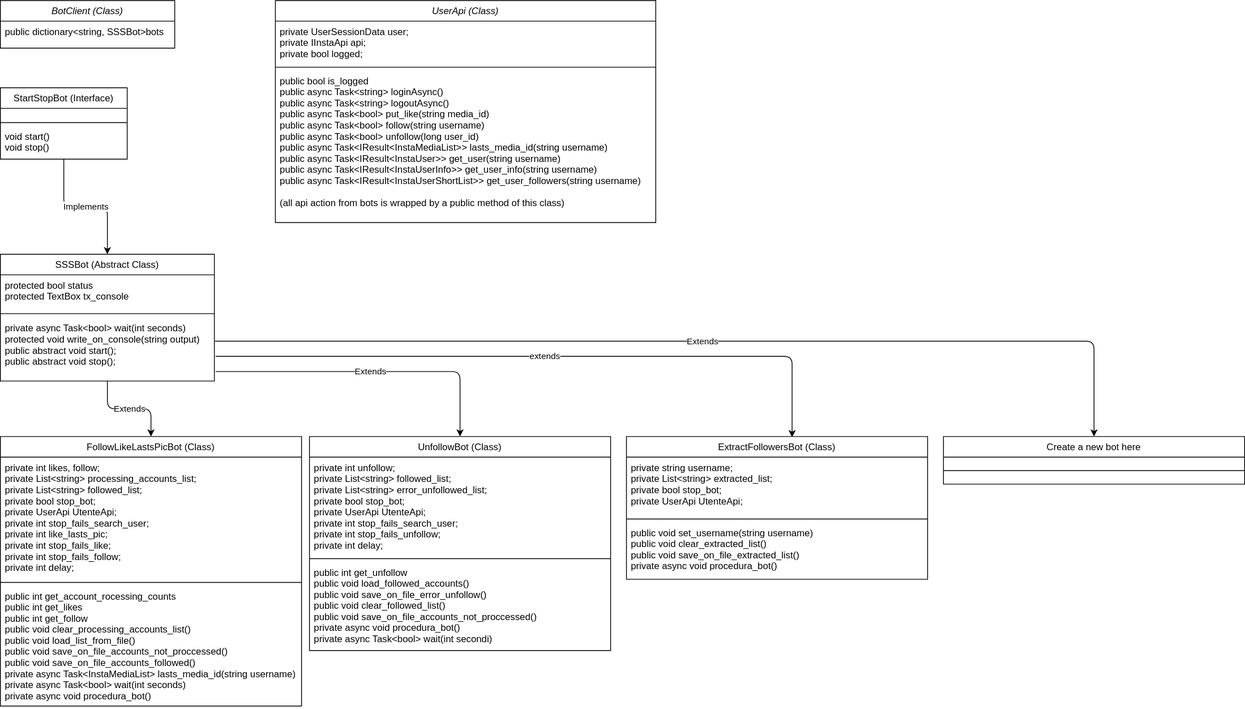
This is documentation/Class Diagram.svg from LucaMaccarini/InstaMacBot, a draw.io export, as it was before one commit. Source tidied: cells renumbered, new cells last; positions are measured from the earlier drawing's top-left corner, leaving out a move shared by most shapes.
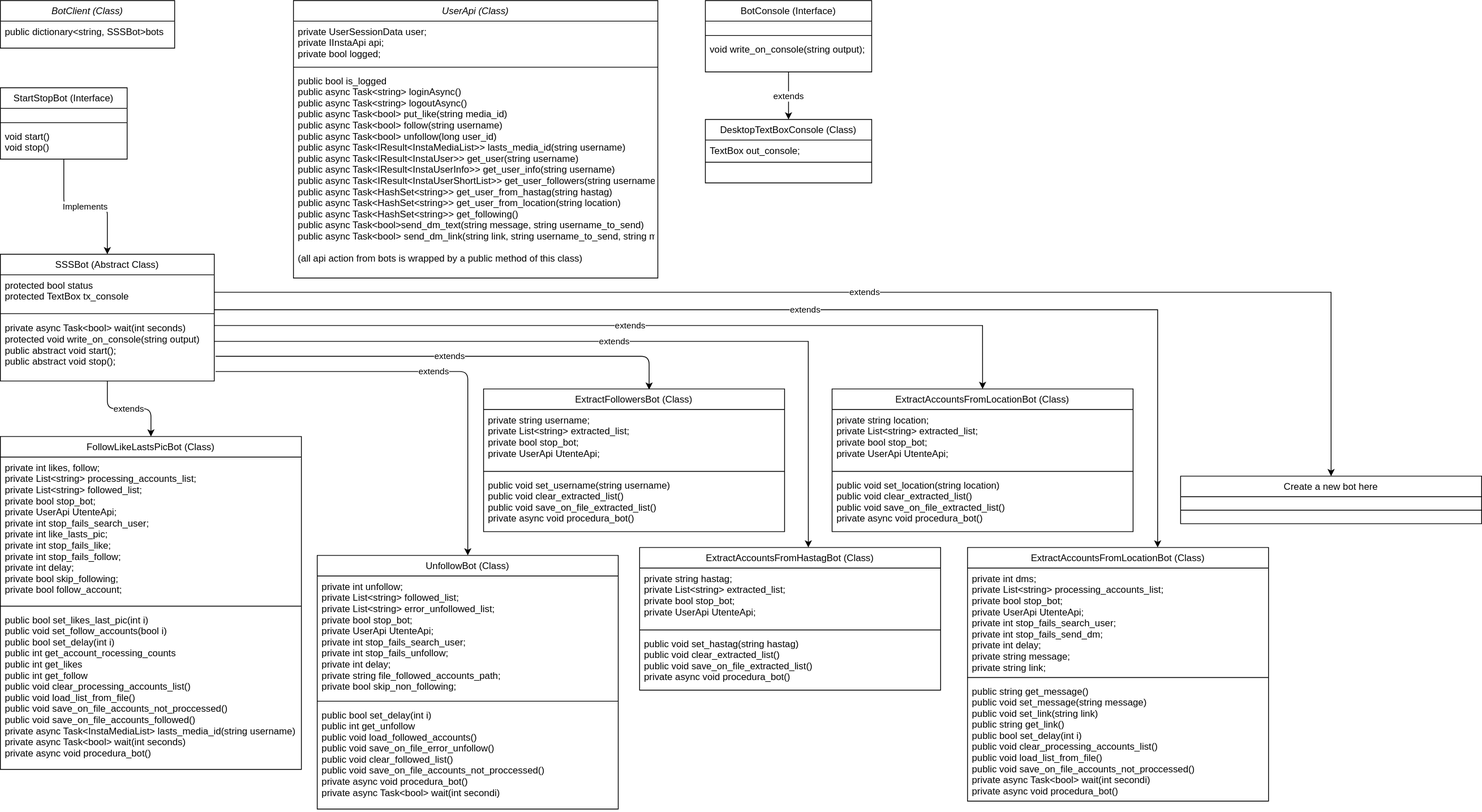
Above is the later version.

The edit, as a diff of the source:
```diff
@@ -23,15 +23,29 @@
     <mxCell id="8" value="void start()&#10;void stop()" style="text;align=left;verticalAlign=top;spacingLeft=4;spacingRight=4;overflow=hidden;fontStyle=0;" parent="5" vertex="1">
       <mxGeometry y="48" width="160" height="42" as="geometry" />
     </mxCell>
-    <mxCell id="9" value="Extends" style="edgeStyle=orthogonalEdgeStyle;rounded=1;jettySize=auto;html=1;" parent="1" edge="1" source="12" target="16">
+    <mxCell id="9" value="extends" style="edgeStyle=orthogonalEdgeStyle;rounded=1;jettySize=auto;html=1;" parent="1" edge="1" source="12" target="16">
       <mxGeometry relative="1" as="geometry" />
     </mxCell>
-    <mxCell id="10" value="Extends" style="edgeStyle=orthogonalEdgeStyle;rounded=1;jettySize=auto;html=1;exitX=1.006;exitY=0.85;exitDx=0;exitDy=0;exitPerimeter=0;" parent="1" edge="1" source="15" target="24">
+    <mxCell id="10" value="extends" style="edgeStyle=orthogonalEdgeStyle;rounded=1;jettySize=auto;html=1;exitX=1.006;exitY=0.85;exitDx=0;exitDy=0;exitPerimeter=0;" parent="1" edge="1" source="15" target="24">
       <mxGeometry relative="1" as="geometry" />
     </mxCell>
     <mxCell id="11" value="extends" style="edgeStyle=orthogonalEdgeStyle;rounded=1;jettySize=auto;html=1;entryX=0.55;entryY=0.005;entryDx=0;entryDy=0;entryPerimeter=0;exitX=1.006;exitY=0.61;exitDx=0;exitDy=0;exitPerimeter=0;" parent="1" edge="1" source="15" target="28">
       <mxGeometry relative="1" as="geometry" />
     </mxCell>
+    <mxCell id="35" value="extends" style="edgeStyle=orthogonalEdgeStyle;rounded=0;jettySize=auto;html=1;entryX=0.5;entryY=0;entryDx=0;entryDy=0;" parent="1" edge="1" source="12" target="42">
+      <mxGeometry relative="1" as="geometry">
+        <Array as="points">
+          <mxPoint x="1240" y="410" />
+        </Array>
+      </mxGeometry>
+    </mxCell>
+    <mxCell id="36" value="extends" style="edgeStyle=orthogonalEdgeStyle;rounded=0;jettySize=auto;html=1;" parent="1" edge="1" source="12" target="46">
+      <mxGeometry relative="1" as="geometry">
+        <Array as="points">
+          <mxPoint x="1461" y="390" />
+        </Array>
+      </mxGeometry>
+    </mxCell>
     <mxCell id="12" value="SSSBot (Abstract Class)" style="swimlane;fontStyle=0;align=center;verticalAlign=top;horizontal=1;startSize=26;rounded=0;shadow=0;strokeWidth=1;" parent="1" vertex="1">
       <mxGeometry y="320" width="270" height="160" as="geometry" />
     </mxCell>
@@ -45,43 +59,43 @@
       <mxGeometry y="80" width="270" height="80" as="geometry" />
     </mxCell>
     <mxCell id="16" value="FollowLikeLastsPicBot (Class)" style="swimlane;fontStyle=0;align=center;verticalAlign=top;horizontal=1;startSize=26;rounded=0;shadow=0;strokeWidth=1;" parent="1" vertex="1">
-      <mxGeometry y="550" width="380" height="340" as="geometry" />
+      <mxGeometry y="550" width="380" height="420" as="geometry" />
     </mxCell>
-    <mxCell id="17" value="private int likes, follow;&#10;private List&lt;string&gt; processing_accounts_list;&#10;private List&lt;string&gt; followed_list;&#10;private bool stop_bot;&#10;private UserApi UtenteApi;&#10;private int stop_fails_search_user;&#10;private int like_lasts_pic;&#10;private int stop_fails_like;&#10;private int stop_fails_follow;&#10;private int delay;" style="text;align=left;verticalAlign=top;spacingLeft=4;spacingRight=4;overflow=hidden;" parent="16" vertex="1">
-      <mxGeometry y="26" width="380" height="154" as="geometry" />
+    <mxCell id="17" value="private int likes, follow;&#10;private List&lt;string&gt; processing_accounts_list;&#10;private List&lt;string&gt; followed_list;&#10;private bool stop_bot;&#10;private UserApi UtenteApi;&#10;private int stop_fails_search_user;&#10;private int like_lasts_pic;&#10;private int stop_fails_like;&#10;private int stop_fails_follow;&#10;private int delay;&#10;private bool skip_following;&#10;private bool follow_account;" style="text;align=left;verticalAlign=top;spacingLeft=4;spacingRight=4;overflow=hidden;" parent="16" vertex="1">
+      <mxGeometry y="26" width="380" height="184" as="geometry" />
     </mxCell>
     <mxCell id="18" style="line;html=1;strokeWidth=1;align=left;verticalAlign=middle;spacingTop=-1;spacingLeft=3;spacingRight=3;labelPosition=right;" parent="16" vertex="1">
-      <mxGeometry y="180" width="380" height="8" as="geometry" />
+      <mxGeometry y="210" width="380" height="8" as="geometry" />
     </mxCell>
-    <mxCell id="19" value="public int get_account_rocessing_counts&#10;public int get_likes&#10;public int get_follow&#10;public void clear_processing_accounts_list()&#10;public void load_list_from_file()&#10;public void save_on_file_accounts_not_proccessed()&#10;public void save_on_file_accounts_followed()&#10;private async Task&lt;InstaMediaList&gt; lasts_media_id(string username)&#10;private async Task&lt;bool&gt; wait(int seconds)&#10;private async void procedura_bot()" style="text;align=left;verticalAlign=top;spacingLeft=4;spacingRight=4;overflow=hidden;" parent="16" vertex="1">
-      <mxGeometry y="188" width="380" height="152" as="geometry" />
+    <mxCell id="19" value="public bool set_likes_last_pic(int i)&#10;public void set_follow_accounts(bool i)&#10;public bool set_delay(int i)&#10;public int get_account_rocessing_counts&#10;public int get_likes&#10;public int get_follow&#10;public void clear_processing_accounts_list()&#10;public void load_list_from_file()&#10;public void save_on_file_accounts_not_proccessed()&#10;public void save_on_file_accounts_followed()&#10;private async Task&lt;InstaMediaList&gt; lasts_media_id(string username)&#10;private async Task&lt;bool&gt; wait(int seconds)&#10;private async void procedura_bot()" style="text;align=left;verticalAlign=top;spacingLeft=4;spacingRight=4;overflow=hidden;" parent="16" vertex="1">
+      <mxGeometry y="218" width="380" height="202" as="geometry" />
     </mxCell>
     <mxCell id="20" value="UserApi (Class)" style="swimlane;fontStyle=2;align=center;verticalAlign=top;horizontal=1;startSize=26;rounded=0;shadow=0;strokeWidth=1;" parent="1" vertex="1">
-      <mxGeometry x="347" width="480" height="280" as="geometry" />
+      <mxGeometry x="370" width="460" height="350" as="geometry" />
     </mxCell>
     <mxCell id="21" value="private UserSessionData user;&#10;private IInstaApi api;&#10;private bool logged;" style="text;align=left;verticalAlign=top;spacingLeft=4;spacingRight=4;overflow=hidden;" parent="20" vertex="1">
-      <mxGeometry y="26" width="480" height="54" as="geometry" />
+      <mxGeometry y="26" width="460" height="54" as="geometry" />
     </mxCell>
     <mxCell id="22" style="line;html=1;strokeWidth=1;align=left;verticalAlign=middle;spacingTop=-1;spacingLeft=3;spacingRight=3;labelPosition=right;" parent="20" vertex="1">
-      <mxGeometry y="80" width="480" height="8" as="geometry" />
+      <mxGeometry y="80" width="460" height="8" as="geometry" />
     </mxCell>
-    <mxCell id="23" value="public bool is_logged&#10;public async Task&lt;string&gt; loginAsync()&#10;public async Task&lt;string&gt; logoutAsync()&#10;public async Task&lt;bool&gt; put_like(string media_id)&#10;public async Task&lt;bool&gt; follow(string username)&#10;public async Task&lt;bool&gt; unfollow(long user_id)&#10;public async Task&lt;IResult&lt;InstaMediaList&gt;&gt; lasts_media_id(string username)&#10;public async Task&lt;IResult&lt;InstaUser&gt;&gt; get_user(string username)&#10;public async Task&lt;IResult&lt;InstaUserInfo&gt;&gt; get_user_info(string username)&#10;public async Task&lt;IResult&lt;InstaUserShortList&gt;&gt; get_user_followers(string username)&#10;&#10;(all api action from bots is wrapped by a public method of this class)&#10;&#10;" style="text;align=left;verticalAlign=top;spacingLeft=4;spacingRight=4;overflow=hidden;fontStyle=0;" parent="20" vertex="1">
-      <mxGeometry y="88" width="480" height="192" as="geometry" />
+    <mxCell id="23" value="public bool is_logged&#10;public async Task&lt;string&gt; loginAsync()&#10;public async Task&lt;string&gt; logoutAsync()&#10;public async Task&lt;bool&gt; put_like(string media_id)&#10;public async Task&lt;bool&gt; follow(string username)&#10;public async Task&lt;bool&gt; unfollow(long user_id)&#10;public async Task&lt;IResult&lt;InstaMediaList&gt;&gt; lasts_media_id(string username)&#10;public async Task&lt;IResult&lt;InstaUser&gt;&gt; get_user(string username)&#10;public async Task&lt;IResult&lt;InstaUserInfo&gt;&gt; get_user_info(string username)&#10;public async Task&lt;IResult&lt;InstaUserShortList&gt;&gt; get_user_followers(string username)&#10;public async Task&lt;HashSet&lt;string&gt;&gt; get_user_from_hastag(string hastag)&#10;public async Task&lt;HashSet&lt;string&gt;&gt; get_user_from_location(string location)&#10;public async Task&lt;HashSet&lt;string&gt;&gt; get_following()&#10;public async Task&lt;bool&gt;send_dm_text(string message, string username_to_send)&#10;public async Task&lt;bool&gt; send_dm_link(string link, string username_to_send, string message = &quot;a&quot;)&#10;&#10;(all api action from bots is wrapped by a public method of this class)&#10;&#10;" style="text;align=left;verticalAlign=top;spacingLeft=4;spacingRight=4;overflow=hidden;fontStyle=0;" parent="20" vertex="1">
+      <mxGeometry y="88" width="460" height="262" as="geometry" />
     </mxCell>
     <mxCell id="24" value="UnfollowBot (Class)" style="swimlane;fontStyle=0;align=center;verticalAlign=top;horizontal=1;startSize=26;rounded=0;shadow=0;strokeWidth=1;" parent="1" vertex="1">
-      <mxGeometry x="390" y="550" width="380" height="270" as="geometry" />
+      <mxGeometry x="400" y="700" width="380" height="320" as="geometry" />
     </mxCell>
-    <mxCell id="25" value="private int unfollow;&#10;private List&lt;string&gt; followed_list;&#10;private List&lt;string&gt; error_unfollowed_list;&#10;private bool stop_bot;&#10;private UserApi UtenteApi;&#10;private int stop_fails_search_user;&#10;private int stop_fails_unfollow;&#10;private int delay;" style="text;align=left;verticalAlign=top;spacingLeft=4;spacingRight=4;overflow=hidden;" parent="24" vertex="1">
-      <mxGeometry y="26" width="380" height="124" as="geometry" />
+    <mxCell id="25" value="private int unfollow;&#10;private List&lt;string&gt; followed_list;&#10;private List&lt;string&gt; error_unfollowed_list;&#10;private bool stop_bot;&#10;private UserApi UtenteApi;&#10;private int stop_fails_search_user;&#10;private int stop_fails_unfollow;&#10;private int delay;&#10;private string file_followed_accounts_path;&#10;private bool skip_non_following;" style="text;align=left;verticalAlign=top;spacingLeft=4;spacingRight=4;overflow=hidden;" parent="24" vertex="1">
+      <mxGeometry y="26" width="380" height="154" as="geometry" />
     </mxCell>
     <mxCell id="26" style="line;html=1;strokeWidth=1;align=left;verticalAlign=middle;spacingTop=-1;spacingLeft=3;spacingRight=3;labelPosition=right;" parent="24" vertex="1">
-      <mxGeometry y="150" width="380" height="8" as="geometry" />
+      <mxGeometry y="180" width="380" height="8" as="geometry" />
     </mxCell>
-    <mxCell id="27" value="public int get_unfollow&#10;public void load_followed_accounts()&#10;public void save_on_file_error_unfollow()&#10;public void clear_followed_list()&#10;public void save_on_file_accounts_not_proccessed()&#10;private async void procedura_bot()&#10;private async Task&lt;bool&gt; wait(int secondi)&#10;" style="text;align=left;verticalAlign=top;spacingLeft=4;spacingRight=4;overflow=hidden;" parent="24" vertex="1">
-      <mxGeometry y="158" width="380" height="112" as="geometry" />
+    <mxCell id="27" value="public bool set_delay(int i)&#10;public int get_unfollow&#10;public void load_followed_accounts()&#10;public void save_on_file_error_unfollow()&#10;public void clear_followed_list()&#10;public void save_on_file_accounts_not_proccessed()&#10;private async void procedura_bot()&#10;private async Task&lt;bool&gt; wait(int secondi)&#10;" style="text;align=left;verticalAlign=top;spacingLeft=4;spacingRight=4;overflow=hidden;" parent="24" vertex="1">
+      <mxGeometry y="188" width="380" height="132" as="geometry" />
     </mxCell>
     <mxCell id="28" value="ExtractFollowersBot (Class)" style="swimlane;fontStyle=0;align=center;verticalAlign=top;horizontal=1;startSize=26;rounded=0;shadow=0;strokeWidth=1;" parent="1" vertex="1">
-      <mxGeometry x="790" y="550" width="380" height="180" as="geometry" />
+      <mxGeometry x="610" y="490" width="380" height="180" as="geometry" />
     </mxCell>
     <mxCell id="29" value="private string username;&#10;private List&lt;string&gt; extracted_list;&#10;private bool stop_bot;&#10;private UserApi UtenteApi;" style="text;align=left;verticalAlign=top;spacingLeft=4;spacingRight=4;overflow=hidden;" parent="28" vertex="1">
       <mxGeometry y="26" width="380" height="74" as="geometry" />
@@ -93,13 +107,81 @@
       <mxGeometry y="108" width="380" height="72" as="geometry" />
     </mxCell>
     <mxCell id="32" value="Create a new bot here" style="swimlane;fontStyle=0;align=center;verticalAlign=top;horizontal=1;startSize=26;rounded=0;shadow=0;strokeWidth=1;" parent="1" vertex="1">
-      <mxGeometry x="1190" y="550" width="380" height="60" as="geometry" />
+      <mxGeometry x="1490" y="600" width="380" height="60" as="geometry" />
     </mxCell>
     <mxCell id="33" style="line;html=1;strokeWidth=1;align=left;verticalAlign=middle;spacingTop=-1;spacingLeft=3;spacingRight=3;labelPosition=right;" parent="32" vertex="1">
       <mxGeometry y="26" width="380" height="34" as="geometry" />
     </mxCell>
-    <mxCell id="34" value="Extends" style="edgeStyle=orthogonalEdgeStyle;rounded=1;jettySize=auto;html=1;exitX=1.003;exitY=0.371;exitDx=0;exitDy=0;exitPerimeter=0;" parent="1" edge="1" source="15" target="32">
-      <mxGeometry relative="1" as="geometry" />
-    </mxCell>
+    <mxCell id="37" value="ExtractAccountsFromHastagBot (Class)" style="swimlane;fontStyle=0;align=center;verticalAlign=top;horizontal=1;startSize=26;rounded=0;shadow=0;strokeWidth=1;" parent="1" vertex="1">
+      <mxGeometry x="807" y="690" width="380" height="180" as="geometry" />
+    </mxCell>
+    <mxCell id="38" value="private string hastag;&#10;private List&lt;string&gt; extracted_list;&#10;private bool stop_bot;&#10;private UserApi UtenteApi;" style="text;align=left;verticalAlign=top;spacingLeft=4;spacingRight=4;overflow=hidden;" parent="37" vertex="1">
+      <mxGeometry y="26" width="380" height="74" as="geometry" />
+    </mxCell>
+    <mxCell id="39" style="line;html=1;strokeWidth=1;align=left;verticalAlign=middle;spacingTop=-1;spacingLeft=3;spacingRight=3;labelPosition=right;" parent="37" vertex="1">
+      <mxGeometry y="100" width="380" height="8" as="geometry" />
+    </mxCell>
+    <mxCell id="40" value="public void set_hastag(string hastag)&#10;public void clear_extracted_list()&#10;public void save_on_file_extracted_list()&#10;private async void procedura_bot()&#10;" style="text;align=left;verticalAlign=top;spacingLeft=4;spacingRight=4;overflow=hidden;" parent="37" vertex="1">
+      <mxGeometry y="108" width="380" height="72" as="geometry" />
+    </mxCell>
+    <mxCell id="41" value="extends" style="edgeStyle=orthogonalEdgeStyle;rounded=0;jettySize=auto;html=1;" parent="1" edge="1" source="15">
+      <mxGeometry relative="1" as="geometry">
+        <mxPoint x="1020" y="690" as="targetPoint" />
+        <Array as="points">
+          <mxPoint x="1020" y="430" />
+        </Array>
+      </mxGeometry>
+    </mxCell>
+    <mxCell id="42" value="ExtractAccountsFromLocationBot (Class)" style="swimlane;fontStyle=0;align=center;verticalAlign=top;horizontal=1;startSize=26;rounded=0;shadow=0;strokeWidth=1;" parent="1" vertex="1">
+      <mxGeometry x="1050" y="490" width="380" height="180" as="geometry" />
+    </mxCell>
+    <mxCell id="43" value="private string location;&#10;private List&lt;string&gt; extracted_list;&#10;private bool stop_bot;&#10;private UserApi UtenteApi;" style="text;align=left;verticalAlign=top;spacingLeft=4;spacingRight=4;overflow=hidden;" parent="42" vertex="1">
+      <mxGeometry y="26" width="380" height="74" as="geometry" />
+    </mxCell>
+    <mxCell id="44" style="line;html=1;strokeWidth=1;align=left;verticalAlign=middle;spacingTop=-1;spacingLeft=3;spacingRight=3;labelPosition=right;" parent="42" vertex="1">
+      <mxGeometry y="100" width="380" height="8" as="geometry" />
+    </mxCell>
+    <mxCell id="45" value="public void set_location(string location)&#10;public void clear_extracted_list()&#10;public void save_on_file_extracted_list()&#10;private async void procedura_bot()&#10;" style="text;align=left;verticalAlign=top;spacingLeft=4;spacingRight=4;overflow=hidden;" parent="42" vertex="1">
+      <mxGeometry y="108" width="380" height="72" as="geometry" />
+    </mxCell>
+    <mxCell id="46" value="ExtractAccountsFromLocationBot (Class)" style="swimlane;fontStyle=0;align=center;verticalAlign=top;horizontal=1;startSize=26;rounded=0;shadow=0;strokeWidth=1;" parent="1" vertex="1">
+      <mxGeometry x="1221" y="690" width="380" height="320" as="geometry" />
+    </mxCell>
+    <mxCell id="47" value="private int dms;&#10;private List&lt;string&gt; processing_accounts_list;&#10;private bool stop_bot;&#10;private UserApi UtenteApi;&#10;private int stop_fails_search_user;&#10;private int stop_fails_send_dm;&#10;private int delay;&#10;private string message;&#10;private string link;" style="text;align=left;verticalAlign=top;spacingLeft=4;spacingRight=4;overflow=hidden;" parent="46" vertex="1">
+      <mxGeometry y="26" width="380" height="134" as="geometry" />
+    </mxCell>
+    <mxCell id="48" style="line;html=1;strokeWidth=1;align=left;verticalAlign=middle;spacingTop=-1;spacingLeft=3;spacingRight=3;labelPosition=right;" parent="46" vertex="1">
+      <mxGeometry y="160" width="380" height="8" as="geometry" />
+    </mxCell>
+    <mxCell id="49" value="public string get_message()&#10;public void set_message(string message)&#10;public void set_link(string link)&#10;public string get_link()&#10;public bool set_delay(int i)&#10;public void clear_processing_accounts_list()&#10;public void load_list_from_file()&#10;public void save_on_file_accounts_not_proccessed()&#10;private async Task&lt;bool&gt; wait(int secondi)&#10;private async void procedura_bot()&#10;" style="text;align=left;verticalAlign=top;spacingLeft=4;spacingRight=4;overflow=hidden;" parent="46" vertex="1">
+      <mxGeometry y="168" width="380" height="152" as="geometry" />
+    </mxCell>
+    <mxCell id="50" value="extends" style="edgeStyle=orthogonalEdgeStyle;rounded=0;jettySize=auto;html=1;exitX=1;exitY=0.5;exitDx=0;exitDy=0;entryX=0.5;entryY=0;entryDx=0;entryDy=0;" parent="1" edge="1" source="13" target="32">
+      <mxGeometry relative="1" as="geometry" />
+    </mxCell>
+    <mxCell id="51" value="extends" style="edgeStyle=orthogonalEdgeStyle;rounded=0;jettySize=auto;html=1;entryX=0.5;entryY=0;entryDx=0;entryDy=0;" parent="1" edge="1" source="52" target="56">
+      <mxGeometry relative="1" as="geometry" />
+    </mxCell>
+    <mxCell id="52" value="BotConsole (Interface)" style="swimlane;fontStyle=0;align=center;verticalAlign=top;horizontal=1;startSize=26;rounded=0;shadow=0;strokeWidth=1;" parent="1" vertex="1">
+      <mxGeometry x="890" width="210" height="90" as="geometry" />
+    </mxCell>
+    <mxCell id="53" value=" " style="text;align=left;verticalAlign=top;spacingLeft=4;spacingRight=4;overflow=hidden;" parent="52" vertex="1">
+      <mxGeometry y="26" width="210" height="14" as="geometry" />
+    </mxCell>
+    <mxCell id="54" style="line;html=1;strokeWidth=1;align=left;verticalAlign=middle;spacingTop=-1;spacingLeft=3;spacingRight=3;labelPosition=right;" parent="52" vertex="1">
+      <mxGeometry y="40" width="210" height="8" as="geometry" />
+    </mxCell>
+    <mxCell id="55" value="void write_on_console(string output);" style="text;align=left;verticalAlign=top;spacingLeft=4;spacingRight=4;overflow=hidden;fontStyle=0;" parent="52" vertex="1">
+      <mxGeometry y="48" width="210" height="32" as="geometry" />
+    </mxCell>
+    <mxCell id="56" value="DesktopTextBoxConsole (Class)" style="swimlane;fontStyle=0;align=center;verticalAlign=top;horizontal=1;startSize=26;rounded=0;shadow=0;strokeWidth=1;" parent="1" vertex="1">
+      <mxGeometry x="890" y="150" width="210" height="80" as="geometry" />
+    </mxCell>
+    <mxCell id="57" value="TextBox out_console;" style="text;align=left;verticalAlign=top;spacingLeft=4;spacingRight=4;overflow=hidden;" parent="56" vertex="1">
+      <mxGeometry y="26" width="210" height="24" as="geometry" />
+    </mxCell>
+    <mxCell id="58" style="line;html=1;strokeWidth=1;align=left;verticalAlign=middle;spacingTop=-1;spacingLeft=3;spacingRight=3;labelPosition=right;" parent="56" vertex="1">
+      <mxGeometry y="50" width="210" height="8" as="geometry" />
+    </mxCell>
   </root>
 </mxGraphModel>
```
